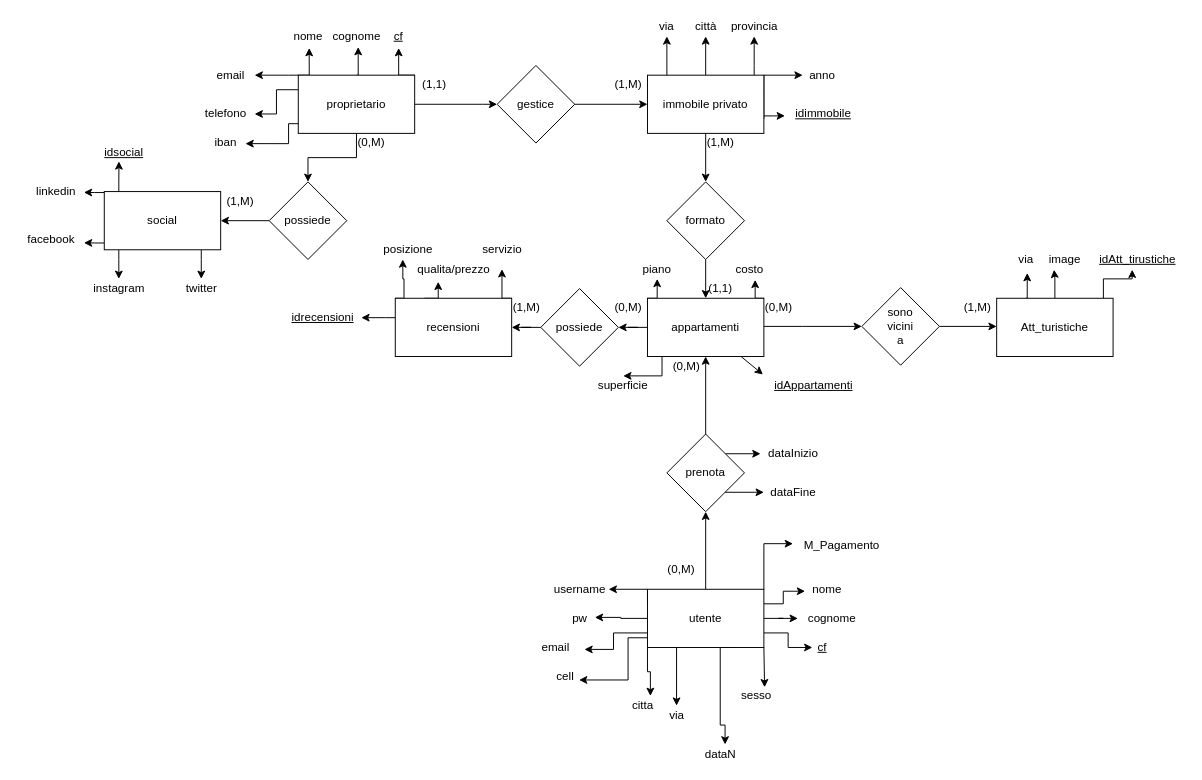
Before: schema er.drawio in MrPinko/Esame-affitti, a draw.io diagram. Source tidied: cells renumbered, new cells numbered last; positions are measured from the earlier drawing's top-left corner, leaving out a move shared by most shapes. Both pictures are drawn from the tidied source at 97%, with x=0, y=0 at pixel (16, 16).
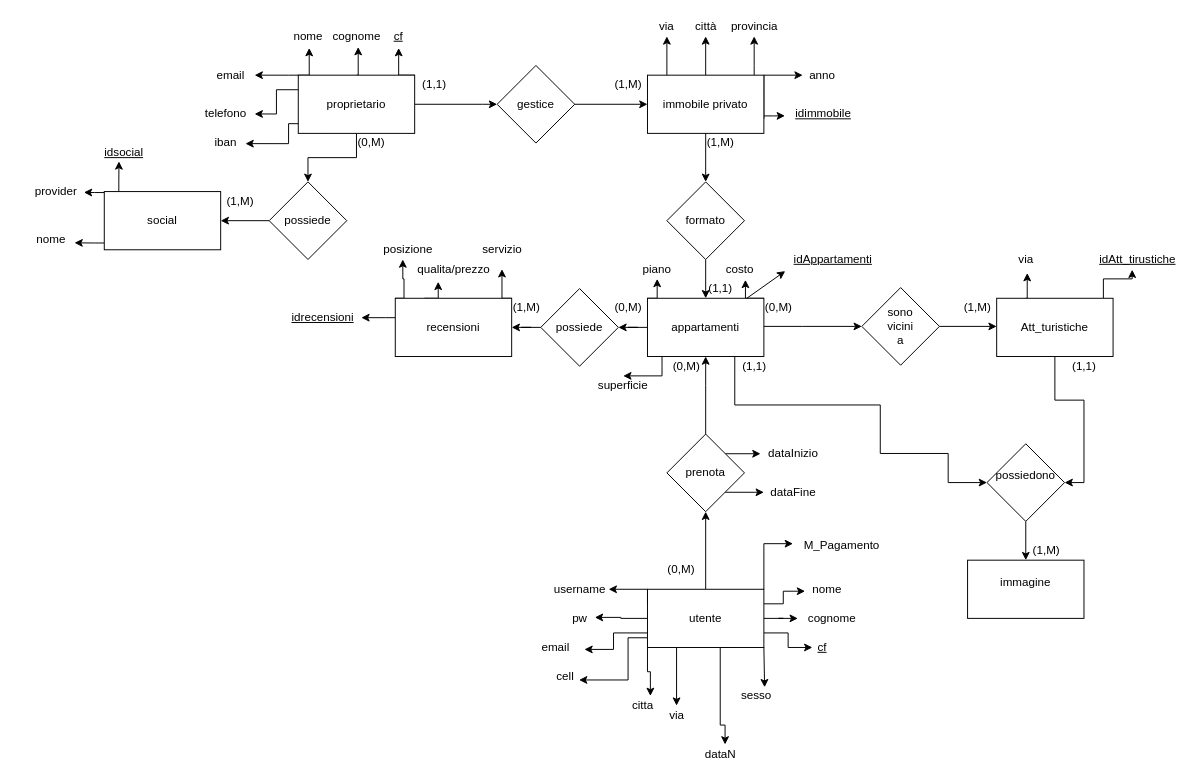
Above is the later version.

The change refers to these unchanged cells:
```xml
<mxCell id="16" value="appartamenti" style="whiteSpace=wrap;html=1;rounded=0;direction=west;" parent="1" vertex="1">
  <mxGeometry x="650" y="290" width="120" height="60" as="geometry" />
</mxCell>
<mxCell id="28" value="Att_turistiche" style="whiteSpace=wrap;html=1;rounded=0;" parent="1" vertex="1">
  <mxGeometry x="1010" y="290" width="120" height="60" as="geometry" />
</mxCell>
<mxCell id="87" value="prenota" style="rhombus;whiteSpace=wrap;html=1;" parent="1" vertex="1">
  <mxGeometry x="670" y="430" width="80" height="80" as="geometry" />
</mxCell>
<mxCell id="108" value="social" style="whiteSpace=wrap;html=1;rounded=0;" parent="1" vertex="1">
  <mxGeometry x="90" y="180" width="120" height="60" as="geometry" />
</mxCell>
```

What changed in the source:
```diff
@@
+    <mxCell id="121" style="edgeStyle=orthogonalEdgeStyle;rounded=0;jettySize=auto;html=1;entryX=0;entryY=0.5;entryDx=0;entryDy=0;" parent="1" edge="1" source="16" target="126">
+      <mxGeometry relative="1" as="geometry">
+        <Array as="points">
+          <mxPoint x="740" y="400" />
+          <mxPoint x="890" y="400" />
+          <mxPoint x="890" y="450" />
+          <mxPoint x="960" y="450" />
+          <mxPoint x="960" y="480" />
+        </Array>
+      </mxGeometry>
+    </mxCell>
@@
     <mxCell id="21" value="costo" style="text;html=1;align=center;verticalAlign=middle;points=[];fillColor=none;strokeColor=none;rounded=0;" parent="1" vertex="1">
-      <mxGeometry x="730" y="250" width="50" height="20" as="geometry" />
+      <mxGeometry x="720" y="250" width="50" height="20" as="geometry" />
     </mxCell>
@@
-    <mxCell id="26" style="edgeStyle=orthogonalEdgeStyle;rounded=0;jettySize=auto;html=1;entryX=0.283;entryY=1.029;entryDx=0;entryDy=0;entryPerimeter=0;" parent="1" edge="1" source="28" target="100">
-      <mxGeometry relative="1" as="geometry" />
-    </mxCell>
@@
+    <mxCell id="122" style="edgeStyle=orthogonalEdgeStyle;rounded=0;jettySize=auto;html=1;entryX=1;entryY=0.5;entryDx=0;entryDy=0;" parent="1" edge="1" source="28" target="126">
+      <mxGeometry relative="1" as="geometry" />
+    </mxCell>
@@
     <mxCell id="84" style="edgeStyle=orthogonalEdgeStyle;rounded=0;jettySize=auto;html=1;" parent="1" edge="1" source="87" target="16">
-      <mxGeometry relative="1" as="geometry" />
+      <mxGeometry relative="1" as="geometry">
+        <Array as="points">
+          <mxPoint x="710" y="380" />
+          <mxPoint x="710" y="380" />
+        </Array>
+      </mxGeometry>
     </mxCell>
@@
-    <mxCell id="100" value="image" style="text;html=1;align=center;verticalAlign=middle;points=[];strokeColor=none;" parent="1" vertex="1">
-      <mxGeometry x="1055" y="240" width="50" height="20" as="geometry" />
-    </mxCell>
@@
-    <mxCell id="105" style="edgeStyle=orthogonalEdgeStyle;rounded=0;jettySize=auto;html=1;" parent="1" edge="1" source="108" target="111">
-      <mxGeometry relative="1" as="geometry">
-        <Array as="points">
-          <mxPoint x="190" y="250" />
-          <mxPoint x="190" y="250" />
-        </Array>
-      </mxGeometry>
-    </mxCell>
-    <mxCell id="106" style="edgeStyle=orthogonalEdgeStyle;rounded=0;jettySize=auto;html=1;" parent="1" edge="1" source="108" target="110">
-      <mxGeometry relative="1" as="geometry">
-        <Array as="points">
-          <mxPoint x="105" y="250" />
-          <mxPoint x="105" y="250" />
-        </Array>
-      </mxGeometry>
-    </mxCell>
@@
-    <mxCell id="109" value="facebook" style="text;html=1;align=center;verticalAlign=middle;points=[];strokeColor=none;" parent="1" vertex="1">
-      <mxGeometry y="220" width="70" height="20" as="geometry" />
+    <mxCell id="109" value="nome" style="text;html=1;align=center;verticalAlign=middle;points=[];strokeColor=none;" parent="1" vertex="1">
+      <mxGeometry x="10" y="220" width="50" height="20" as="geometry" />
     </mxCell>
-    <mxCell id="110" value="instagram" style="text;html=1;align=center;verticalAlign=middle;points=[];strokeColor=none;" parent="1" vertex="1">
-      <mxGeometry x="70" y="270" width="70" height="20" as="geometry" />
-    </mxCell>
-    <mxCell id="111" value="twitter" style="text;html=1;align=center;verticalAlign=middle;points=[];strokeColor=none;" parent="1" vertex="1">
-      <mxGeometry x="165" y="270" width="50" height="20" as="geometry" />
-    </mxCell>
-    <mxCell id="112" value="linkedin" style="text;html=1;align=center;verticalAlign=middle;points=[];strokeColor=none;" parent="1" vertex="1">
+    <mxCell id="112" value="provider" style="text;html=1;align=center;verticalAlign=middle;points=[];strokeColor=none;" parent="1" vertex="1">
       <mxGeometry x="10" y="170" width="60" height="20" as="geometry" />
     </mxCell>
@@
     <mxCell id="117" value="&lt;u&gt;idAppartamenti&lt;/u&gt;" style="text;html=1;align=center;verticalAlign=middle;points=[];strokeColor=none;" parent="1" vertex="1">
-      <mxGeometry x="771" y="370" width="100" height="20" as="geometry" />
+      <mxGeometry x="791" y="240" width="100" height="20" as="geometry" />
     </mxCell>
-    <mxCell id="118" style="endArrow=classic;html=1;entryX=-0.02;entryY=-0.071;entryDx=0;entryDy=0;entryPerimeter=0;" parent="1" edge="1" source="16" target="117">
+    <mxCell id="118" style="endArrow=classic;html=1;entryX=0.01;entryY=1.1;entryDx=0;entryDy=0;entryPerimeter=0;" parent="1" edge="1" source="16" target="117">
       <mxGeometry relative="1" as="geometry" />
     </mxCell>
@@
+    <mxCell id="123" value="&lt;div&gt;immagine&lt;/div&gt;&lt;div&gt;&lt;br&gt;&lt;/div&gt;" style="whiteSpace=wrap;html=1;" parent="1" vertex="1">
+      <mxGeometry x="980" y="560" width="120" height="60" as="geometry" />
+    </mxCell>
+    <mxCell id="124" value="(1,1)" style="text;html=1;align=center;verticalAlign=middle;strokeColor=none;" parent="1" vertex="1">
+      <mxGeometry x="740" y="350" width="40" height="20" as="geometry" />
+    </mxCell>
+    <mxCell id="125" style="edgeStyle=orthogonalEdgeStyle;rounded=0;jettySize=auto;html=1;" parent="1" edge="1" source="126" target="123">
+      <mxGeometry relative="1" as="geometry" />
+    </mxCell>
+    <mxCell id="126" value="&lt;div&gt;possiedono&lt;/div&gt;&lt;div&gt;&lt;br&gt;&lt;/div&gt;" style="rhombus;whiteSpace=wrap;html=1;" parent="1" vertex="1">
+      <mxGeometry x="1000" y="440" width="80" height="80" as="geometry" />
+    </mxCell>
+    <mxCell id="127" value="(1,1)" style="text;html=1;align=center;verticalAlign=middle;strokeColor=none;" parent="1" vertex="1">
+      <mxGeometry x="1080" y="350" width="40" height="20" as="geometry" />
+    </mxCell>
+    <mxCell id="128" value="(1,M)" style="text;html=1;align=center;verticalAlign=middle;strokeColor=none;" parent="1" vertex="1">
+      <mxGeometry x="1041" y="540" width="40" height="20" as="geometry" />
+    </mxCell>
```
